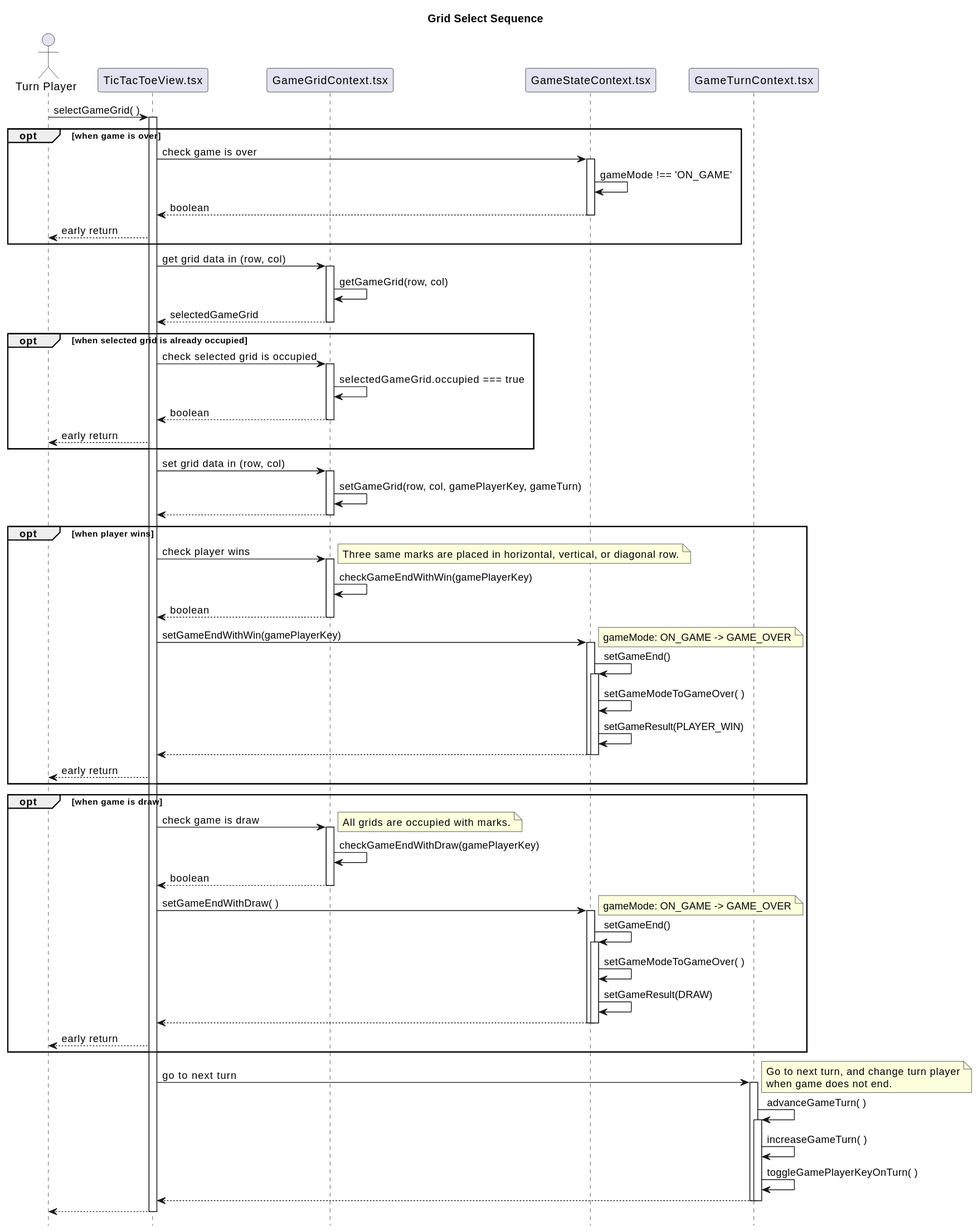
Earlier version of the PlantUML export tic-tac-toe/md/grid-select-sequence.svg (hi2k1978/react-samples).
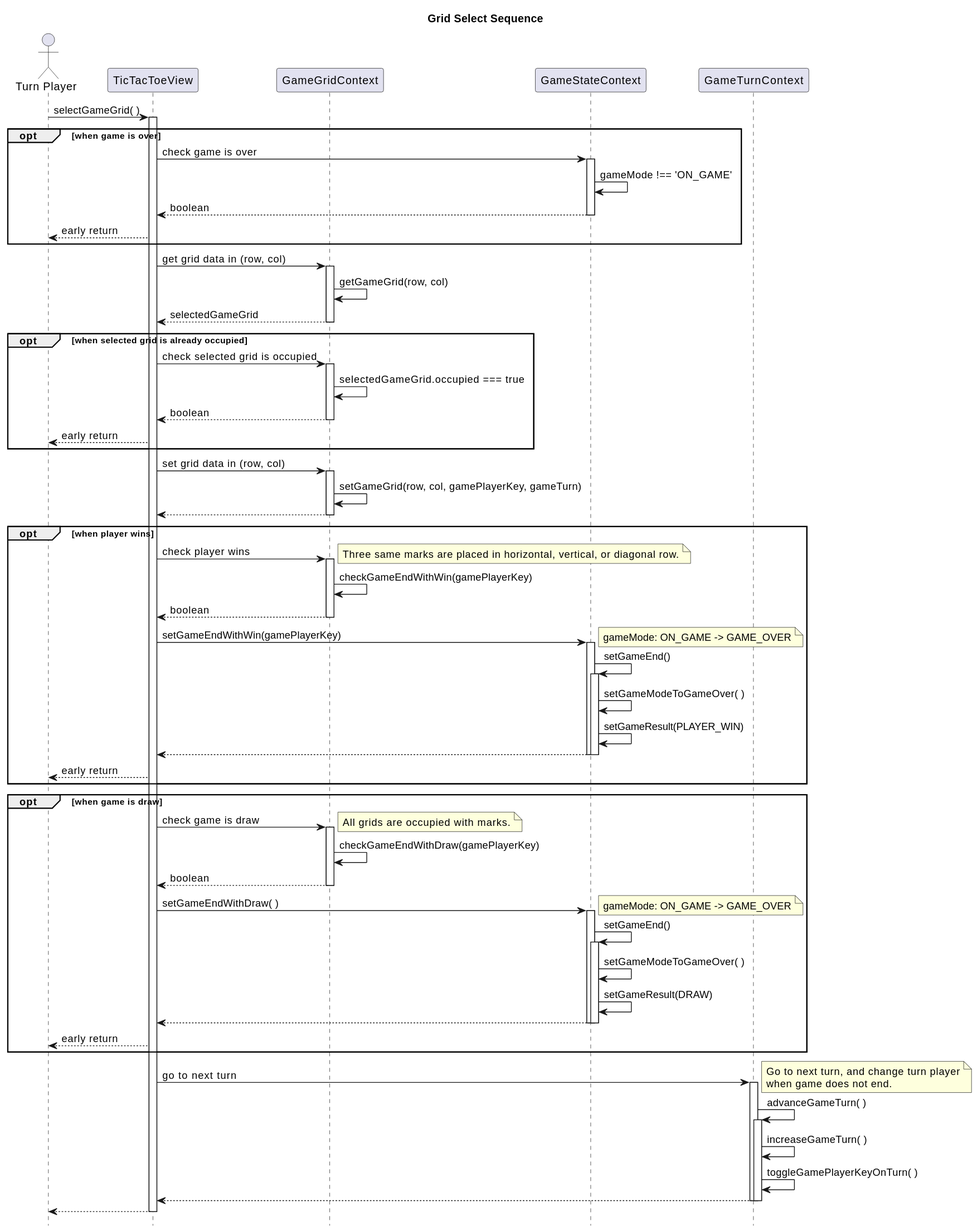
The same file after the commit.

Diff of the diagram source:
```diff
@@ -3,10 +3,10 @@
 hide footbox
 
 Actor "Turn Player" as Player
-participant "TicTacToeView.tsx" as TicTacToeView
-participant "GameGridContext.tsx" as GameGrid
-participant "GameStateContext.tsx" as GameState
-participant "GameTurnContext.tsx" as GameTurn
+participant "TicTacToeView" as TicTacToeView
+participant "GameGridContext" as GameGrid
+participant "GameStateContext" as GameState
+participant "GameTurnContext" as GameTurn
 
 Player -> TicTacToeView: selectGameGrid( )
 activate TicTacToeView
```
